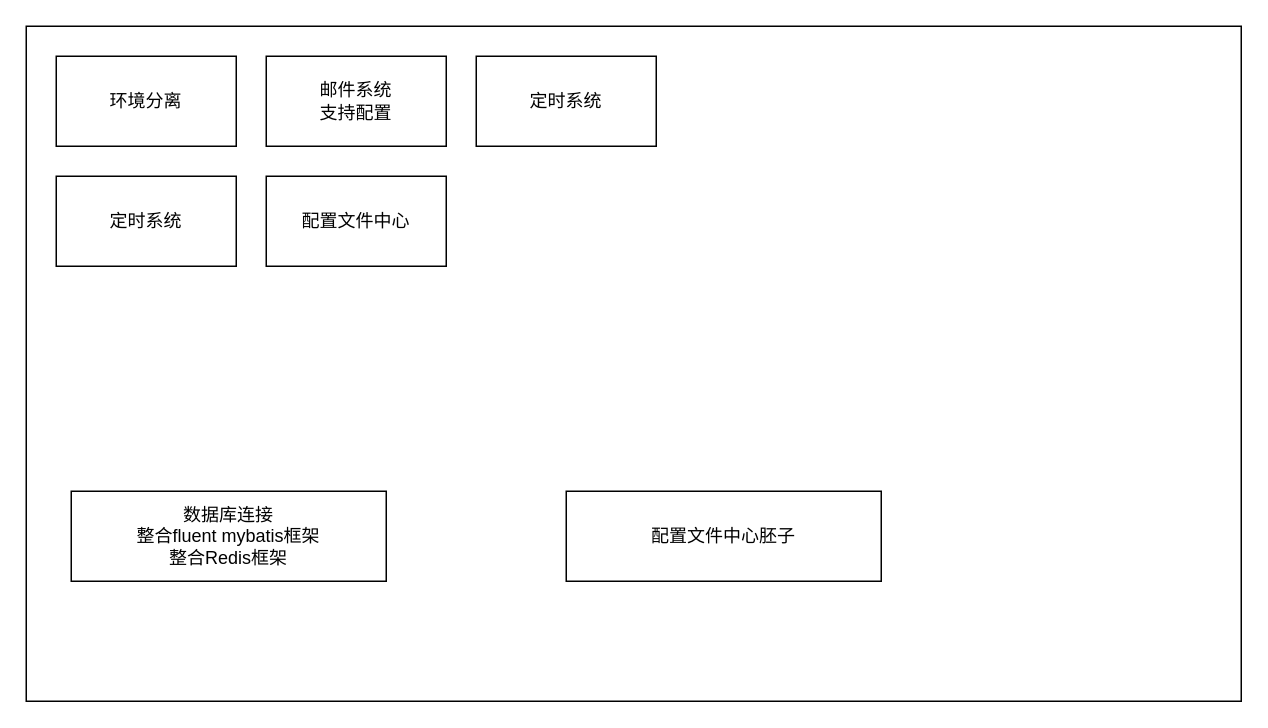
Before: 系统搭建基础.drawio in rishengcanye/DesignDiagram, a draw.io diagram. Source tidied: cells renumbered, new cells numbered last; positions are measured from the earlier drawing's top-left corner, leaving out a move shared by most shapes. Both pictures are drawn from the tidied source at 150%, with x=0, y=0 at pixel (26, 26).
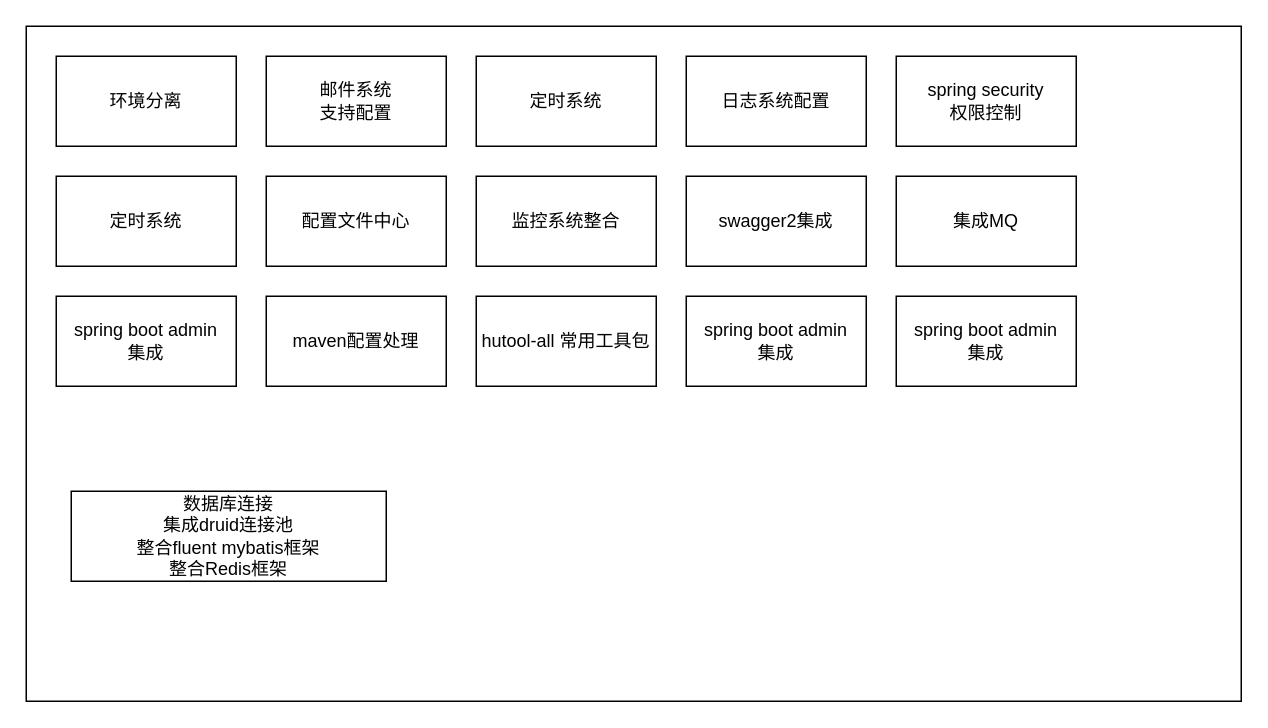
After the change.

Commit message (it also covers changes not shown here):
Update 系统搭建基础.drawio

The edit, as a diff of the source:
```diff
@@
 <mxGraphModel>
   <root>
     <mxCell id="0" />
     <mxCell id="1" parent="0" />
     <mxCell id="2" style="rounded=0;whiteSpace=wrap;html=1;" parent="1" vertex="1">
       <mxGeometry width="810" height="450" as="geometry" />
     </mxCell>
     <mxCell id="3" value="环境分离" style="rounded=0;whiteSpace=wrap;html=1;" parent="1" vertex="1">
       <mxGeometry x="20" y="20" width="120" height="60" as="geometry" />
     </mxCell>
     <mxCell id="4" value="邮件系统&lt;br&gt;支持配置" style="rounded=0;whiteSpace=wrap;html=1;" parent="1" vertex="1">
       <mxGeometry x="160" y="20" width="120" height="60" as="geometry" />
     </mxCell>
     <mxCell id="5" value="定时系统" style="rounded=0;whiteSpace=wrap;html=1;" parent="1" vertex="1">
       <mxGeometry x="300" y="20" width="120" height="60" as="geometry" />
     </mxCell>
     <mxCell id="6" value="定时系统" style="rounded=0;whiteSpace=wrap;html=1;" parent="1" vertex="1">
       <mxGeometry x="20" y="100" width="120" height="60" as="geometry" />
     </mxCell>
-    <mxCell id="7" value="数据库连接&lt;br&gt;整合fluent&amp;nbsp;mybatis框架&lt;br&gt;整合Redis框架" style="rounded=0;whiteSpace=wrap;html=1;" parent="1" vertex="1">
+    <mxCell id="7" value="数据库连接&lt;br&gt;集成druid连接池&lt;br&gt;整合fluent&amp;nbsp;mybatis框架&lt;br&gt;整合Redis框架" style="rounded=0;whiteSpace=wrap;html=1;" parent="1" vertex="1">
       <mxGeometry x="30" y="310" width="210" height="60" as="geometry" />
     </mxCell>
-    <mxCell id="8" value="配置文件中心胚子" style="rounded=0;whiteSpace=wrap;html=1;" parent="1" vertex="1">
-      <mxGeometry x="360" y="310" width="210" height="60" as="geometry" />
+    <mxCell id="8" value="监控系统整合" style="rounded=0;whiteSpace=wrap;html=1;" parent="1" vertex="1">
+      <mxGeometry x="300" y="100" width="120" height="60" as="geometry" />
     </mxCell>
     <mxCell id="9" value="配置文件中心" style="rounded=0;whiteSpace=wrap;html=1;" parent="1" vertex="1">
       <mxGeometry x="160" y="100" width="120" height="60" as="geometry" />
     </mxCell>
+    <mxCell id="10" value="swagger2集成" style="rounded=0;whiteSpace=wrap;html=1;" parent="1" vertex="1">
+      <mxGeometry x="440" y="100" width="120" height="60" as="geometry" />
+    </mxCell>
+    <mxCell id="11" value="日志系统配置" style="rounded=0;whiteSpace=wrap;html=1;" parent="1" vertex="1">
+      <mxGeometry x="440" y="20" width="120" height="60" as="geometry" />
+    </mxCell>
+    <mxCell id="12" value="spring security&lt;br&gt;权限控制" style="rounded=0;whiteSpace=wrap;html=1;" parent="1" vertex="1">
+      <mxGeometry x="580" y="20" width="120" height="60" as="geometry" />
+    </mxCell>
+    <mxCell id="13" value="集成MQ" style="rounded=0;whiteSpace=wrap;html=1;" parent="1" vertex="1">
+      <mxGeometry x="580" y="100" width="120" height="60" as="geometry" />
+    </mxCell>
+    <mxCell id="14" value="spring boot admin&lt;br&gt;集成" style="rounded=0;whiteSpace=wrap;html=1;" parent="1" vertex="1">
+      <mxGeometry x="20" y="180" width="120" height="60" as="geometry" />
+    </mxCell>
+    <mxCell id="15" value="maven配置处理" style="rounded=0;whiteSpace=wrap;html=1;" parent="1" vertex="1">
+      <mxGeometry x="160" y="180" width="120" height="60" as="geometry" />
+    </mxCell>
+    <mxCell id="16" value="hutool-all 常用工具包" style="rounded=0;whiteSpace=wrap;html=1;" parent="1" vertex="1">
+      <mxGeometry x="300" y="180" width="120" height="60" as="geometry" />
+    </mxCell>
+    <mxCell id="17" value="spring boot admin&lt;br&gt;集成" style="rounded=0;whiteSpace=wrap;html=1;" parent="1" vertex="1">
+      <mxGeometry x="440" y="180" width="120" height="60" as="geometry" />
+    </mxCell>
+    <mxCell id="18" value="spring boot admin&lt;br&gt;集成" style="rounded=0;whiteSpace=wrap;html=1;" parent="1" vertex="1">
+      <mxGeometry x="580" y="180" width="120" height="60" as="geometry" />
+    </mxCell>
   </root>
 </mxGraphModel>
```
